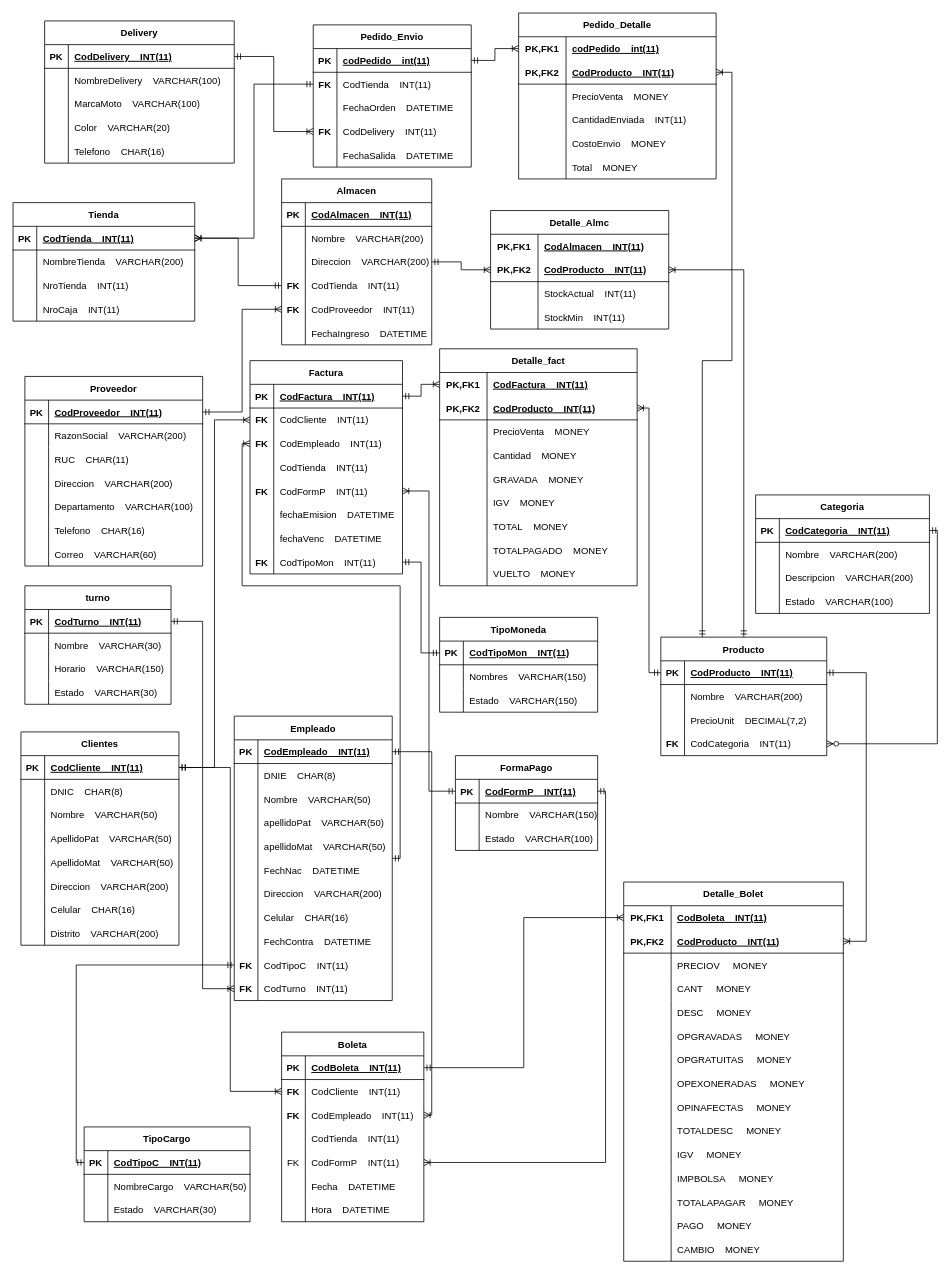
This is Tambo.drawio from josdahuqui1992/SistemaTambo, a draw.io file, before an edit. Source tidied: cells renumbered, new cells numbered last; positions are measured from the earlier drawing's top-left corner, leaving out a move shared by most shapes. Both pictures are drawn from the tidied source at 79%, with x=0, y=0 at pixel (13, 13).
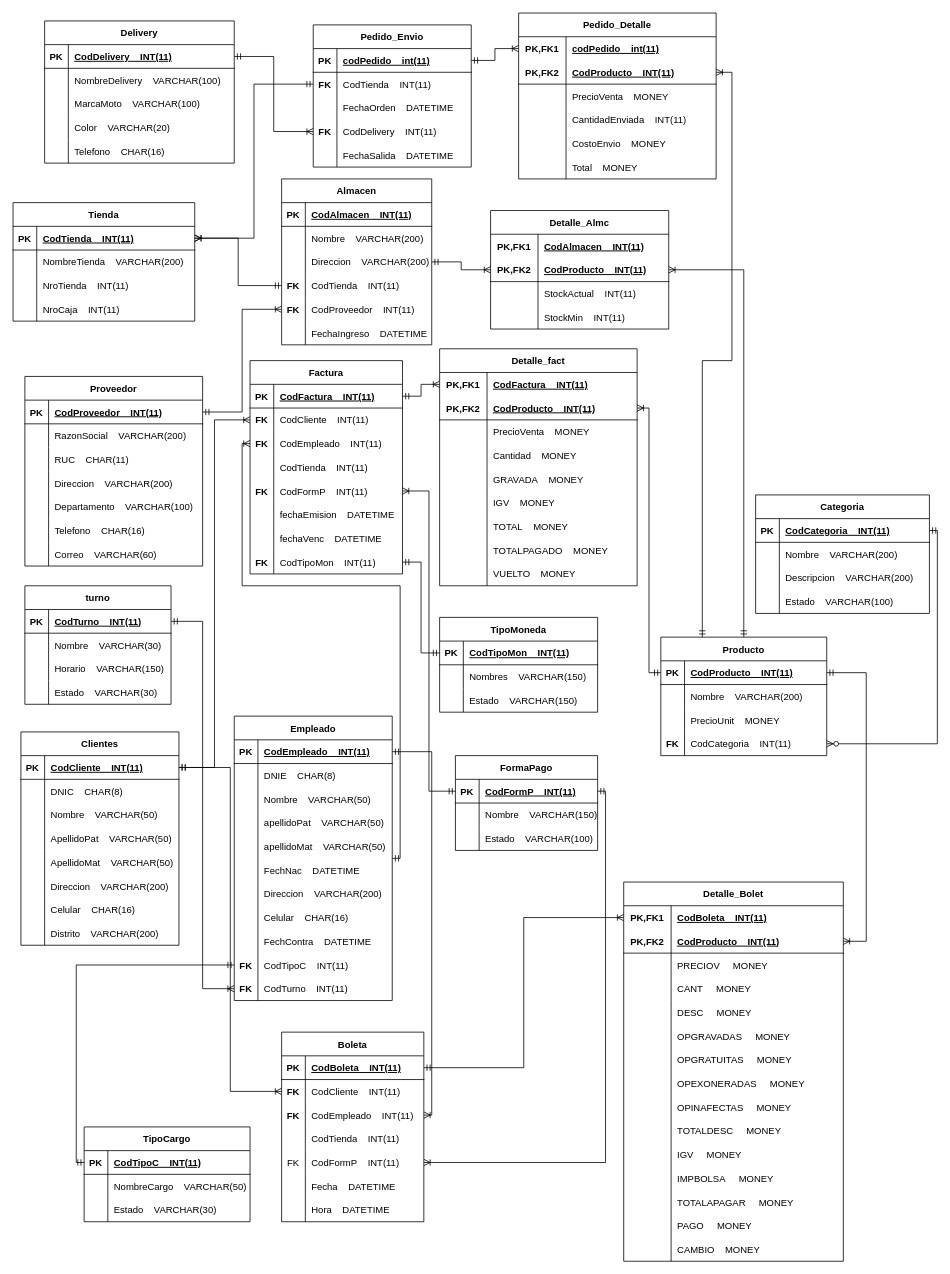
The same diagram, later.

The change refers to these unchanged cells:
```xml
<mxCell id="31" style="shape=tableRow;horizontal=0;startSize=0;swimlaneHead=0;swimlaneBody=0;fillColor=none;top=0;left=0;right=0;bottom=0;" parent="24" vertex="1">
  <mxGeometry y="90" width="210" height="30" as="geometry" />
</mxCell>
```

The edit, as a diff of the source:
```diff
@@
-    <mxCell id="33" value="PrecioUnit    DECIMAL(7,2)" style="shape=partialRectangle;fillColor=none;top=0;left=0;bottom=0;right=0;align=left;spacingLeft=6;overflow=hidden;" parent="31" vertex="1">
+    <mxCell id="33" value="PrecioUnit    MONEY" style="shape=partialRectangle;fillColor=none;top=0;left=0;bottom=0;right=0;align=left;spacingLeft=6;overflow=hidden;" parent="31" vertex="1">
       <mxGeometry x="30" width="180" height="30" as="geometry" />
     </mxCell>
```
